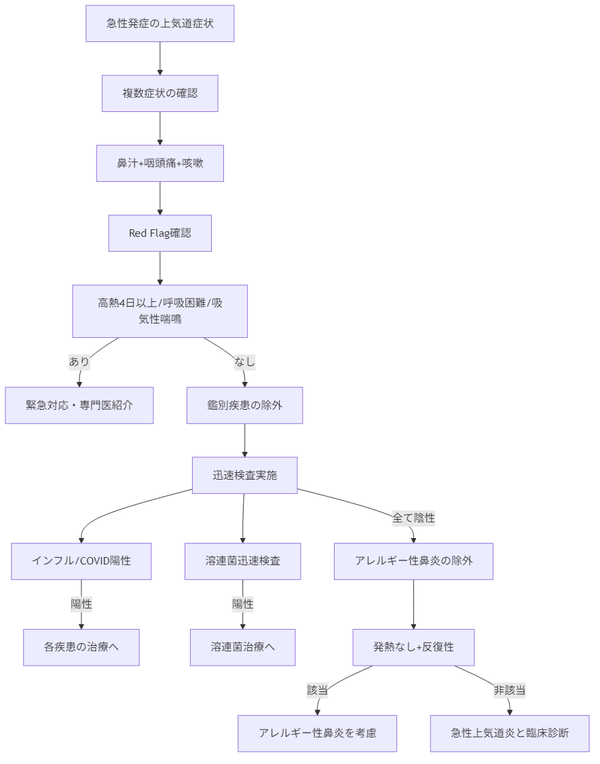
Before: flowcharts/j00-common-cold/diagnosis.png, a diagram exported from Mermaid (DrYamaHiro/medical-wiki). Its source is kept beside it as flowcharts/j00-common-cold/diagnosis.mmd. The source it was exported from:
```mermaid
flowchart TD
    A[急性発症の上気道症状] --> B[複数症状の確認]
    B --> C[鼻汁+咽頭痛+咳嗽]
    C --> D[Red Flag確認]
    D --> E[高熱4日以上/呼吸困難/吸気性喘鳴]
    E -->|あり| F[緊急対応・専門医紹介]
    E -->|なし| G[鑑別疾患の除外]
    G --> H[迅速検査実施]
    H --> I[インフル/COVID陽性]
    I -->|陽性| J[各疾患の治療へ]
    H --> K[溶連菌迅速検査]
    K -->|陽性| L[溶連菌治療へ]
    H -->|全て陰性| M[アレルギー性鼻炎の除外]
    M --> N[発熱なし+反復性]
    N -->|該当| O[アレルギー性鼻炎を考慮]
    N -->|非該当| P[急性上気道炎と臨床診断]
```
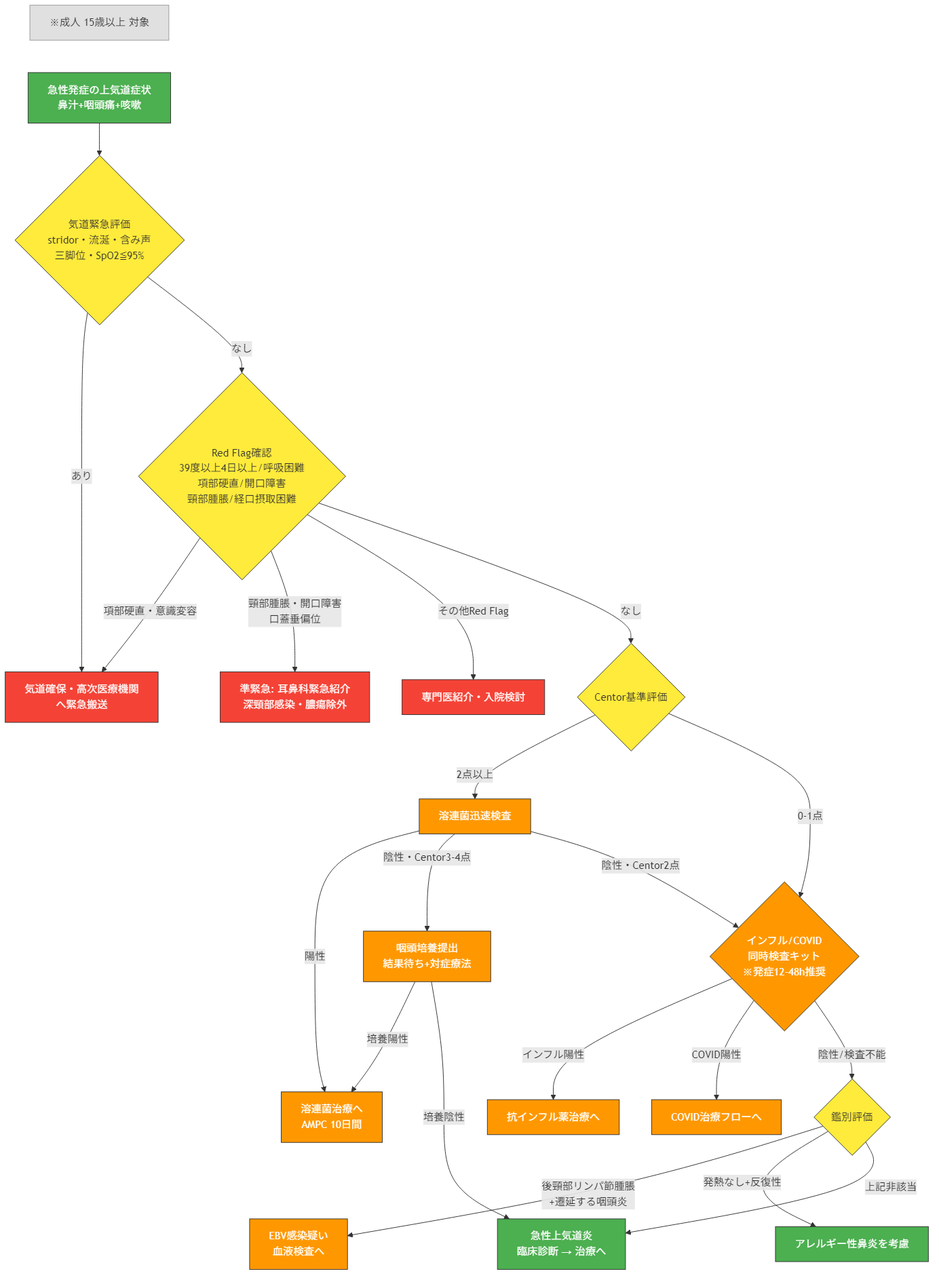
After the change.

Commit message:
Revise j00 flowcharts after 2 rounds of strict peer review

What changed in the source:
```diff
@@ -1,16 +1,42 @@
 flowchart TD
-    A[急性発症の上気道症状] --> B[複数症状の確認]
-    B --> C[鼻汁+咽頭痛+咳嗽]
-    C --> D[Red Flag確認]
-    D --> E[高熱4日以上/呼吸困難/吸気性喘鳴]
-    E -->|あり| F[緊急対応・専門医紹介]
-    E -->|なし| G[鑑別疾患の除外]
-    G --> H[迅速検査実施]
-    H --> I[インフル/COVID陽性]
-    I -->|陽性| J[各疾患の治療へ]
-    H --> K[溶連菌迅速検査]
-    K -->|陽性| L[溶連菌治療へ]
-    H -->|全て陰性| M[アレルギー性鼻炎の除外]
-    M --> N[発熱なし+反復性]
-    N -->|該当| O[アレルギー性鼻炎を考慮]
-    N -->|非該当| P[急性上気道炎と臨床診断]
+    NOTE["※成人 15歳以上 対象"]
+    A["急性発症の上気道症状<br/>鼻汁+咽頭痛+咳嗽"] --> B{"気道緊急評価<br/>stridor・流涎・含み声<br/>三脚位・SpO2≦95%"}
+    B -->|"あり"| C["気道確保・高次医療機関<br/>へ緊急搬送"]
+    B -->|"なし"| D{"Red Flag確認<br/>39度以上4日以上/呼吸困難<br/>項部硬直/開口障害<br/>頸部腫脹/経口摂取困難"}
+    D -->|"項部硬直・意識変容"| C
+    D -->|"頸部腫脹・開口障害<br/>口蓋垂偏位"| E["準緊急: 耳鼻科緊急紹介<br/>深頸部感染・膿瘍除外"]
+    D -->|"その他Red Flag"| F["専門医紹介・入院検討"]
+    D -->|"なし"| G{"Centor基準評価"}
+    G -->|"2点以上"| H["溶連菌迅速検査"]
+    G -->|"0-1点"| I{"インフル/COVID<br/>同時検査キット<br/>※発症12-48h推奨"}
+    H -->|"陽性"| J["溶連菌治療へ<br/>AMPC 10日間"]
+    H -->|"陰性・Centor3-4点"| K["咽頭培養提出<br/>結果待ち+対症療法"]
+    H -->|"陰性・Centor2点"| I
+    K -->|"培養陽性"| J
+    K -->|"培養陰性"| P
+    I -->|"インフル陽性"| L1["抗インフル薬治療へ"]
+    I -->|"COVID陽性"| L2["COVID治療フローへ"]
+    I -->|"陰性/検査不能"| M{"鑑別評価"}
+    M -->|"後頸部リンパ節腫脹<br/>+遷延する咽頭炎"| N["EBV感染疑い<br/>血液検査へ"]
+    M -->|"発熱なし+反復性"| O["アレルギー性鼻炎を考慮"]
+    M -->|"上記非該当"| P["急性上気道炎<br/>臨床診断 → 治療へ"]
+
+    NOTE ~~~ A
+    style NOTE fill:#e0e0e0,stroke:#999,color:#333
+    style A fill:#4CAF50,stroke:#333,color:#fff
+    style B fill:#FFEB3B,stroke:#333,color:#333
+    style C fill:#f44336,stroke:#333,color:#fff
+    style D fill:#FFEB3B,stroke:#333,color:#333
+    style E fill:#f44336,stroke:#333,color:#fff
+    style F fill:#f44336,stroke:#333,color:#fff
+    style G fill:#FFEB3B,stroke:#333,color:#333
+    style H fill:#FF9800,stroke:#333,color:#fff
+    style I fill:#FF9800,stroke:#333,color:#fff
+    style J fill:#FF9800,stroke:#333,color:#fff
+    style K fill:#FF9800,stroke:#333,color:#fff
+    style L1 fill:#FF9800,stroke:#333,color:#fff
+    style L2 fill:#FF9800,stroke:#333,color:#fff
+    style M fill:#FFEB3B,stroke:#333,color:#333
+    style N fill:#FF9800,stroke:#333,color:#fff
+    style O fill:#4CAF50,stroke:#333,color:#fff
+    style P fill:#4CAF50,stroke:#333,color:#fff
```
